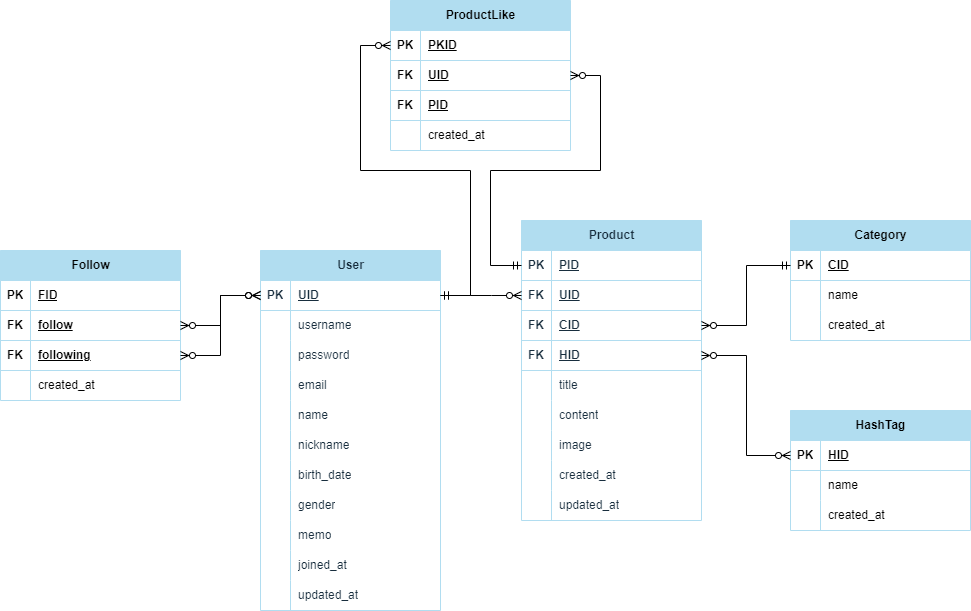
Earlier version of the draw.io export drf.drawio.png (SHY-89/spartamarket_DRF). Source tidied: cells renumbered, new cells last; positions are measured from the earlier drawing's top-left corner, leaving out a move shared by most shapes.
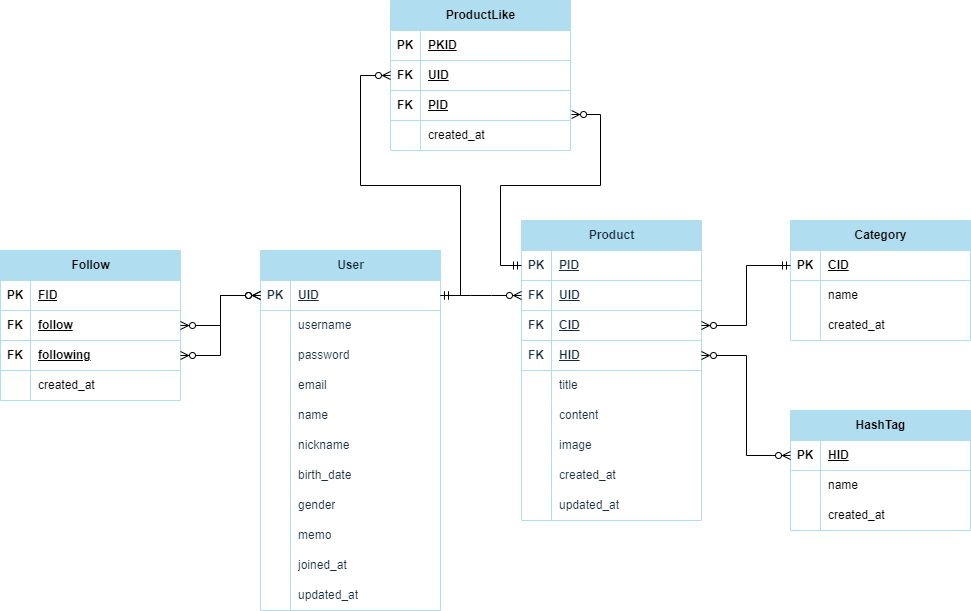
The same file after the commit.

Diff of the diagram source:
```diff
@@ -341,23 +341,23 @@
     <mxCell id="114" value="created_at" style="shape=partialRectangle;fillColor=none;top=0;left=0;bottom=0;right=0;align=left;spacingLeft=6;overflow=hidden;whiteSpace=wrap;html=1;strokeColor=#B1DDF0;" parent="112" vertex="1">
       <mxGeometry x="30" width="150" height="30" as="geometry" />
     </mxCell>
-    <mxCell id="115" style="edgeStyle=orthogonalEdgeStyle;fontSize=12;html=1;endArrow=ERzeroToMany;startArrow=ERmandOne;rounded=0;exitX=0;exitY=0.5;exitDx=0;exitDy=0;entryX=1;entryY=0.5;entryDx=0;entryDy=0;elbow=vertical;strokeColor=#000000;" parent="1" edge="1" source="37" target="106">
+    <mxCell id="115" style="edgeStyle=orthogonalEdgeStyle;fontSize=12;html=1;endArrow=ERzeroToMany;startArrow=ERmandOne;rounded=0;exitX=0;exitY=0.5;exitDx=0;exitDy=0;entryX=1.006;entryY=0.8;entryDx=0;entryDy=0;strokeColor=#000000;entryPerimeter=0;elbow=vertical;" parent="1" edge="1" source="37" target="109">
       <mxGeometry relative="1" as="geometry">
         <Array as="points">
-          <mxPoint x="490" y="265" />
-          <mxPoint x="490" y="170" />
-          <mxPoint x="600" y="170" />
-          <mxPoint x="600" y="75" />
+          <mxPoint x="500" y="265" />
+          <mxPoint x="500" y="185" />
+          <mxPoint x="600" y="185" />
+          <mxPoint x="600" y="114" />
         </Array>
       </mxGeometry>
     </mxCell>
-    <mxCell id="116" style="edgeStyle=orthogonalEdgeStyle;fontSize=12;html=1;endArrow=ERzeroToMany;endFill=1;rounded=0;exitX=1;exitY=0.5;exitDx=0;exitDy=0;entryX=0;entryY=0.5;entryDx=0;entryDy=0;labelBackgroundColor=none;strokeColor=#000000;fontColor=default;strokeWidth=1;startArrow=ERmandOne;startFill=0;" parent="1" edge="1" source="3" target="103">
+    <mxCell id="116" style="edgeStyle=orthogonalEdgeStyle;fontSize=12;html=1;endArrow=ERzeroToMany;endFill=1;rounded=0;exitX=1;exitY=0.5;exitDx=0;exitDy=0;labelBackgroundColor=none;strokeColor=#000000;fontColor=default;strokeWidth=1;startArrow=ERmandOne;startFill=0;entryX=0;entryY=0.5;entryDx=0;entryDy=0;" parent="1" edge="1" source="3" target="106">
       <mxGeometry relative="1" as="geometry">
         <Array as="points">
-          <mxPoint x="470" y="295" />
-          <mxPoint x="470" y="170" />
-          <mxPoint x="360" y="170" />
-          <mxPoint x="360" y="45" />
+          <mxPoint x="460" y="295" />
+          <mxPoint x="460" y="185" />
+          <mxPoint x="360" y="185" />
+          <mxPoint x="360" y="75" />
         </Array>
       </mxGeometry>
     </mxCell>
```
